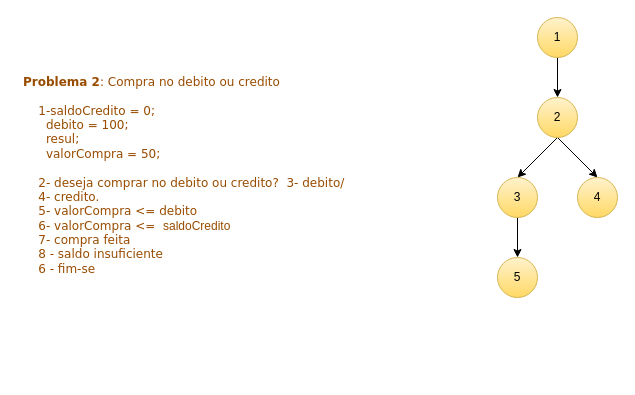
Above: Grafo de fluxo 2.drawio in JudilenaGalvao/Prova2_GQS_Q2 (draw.io), before the change. Source tidied: cells renumbered, new cells numbered last; positions are measured from the earlier drawing's top-left corner, leaving out a move shared by most shapes. Both pictures are drawn from the tidied source at 100%, with x=0, y=0 at pixel (17, 17).
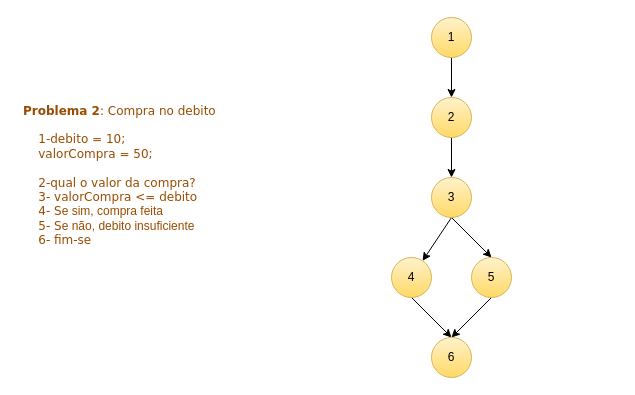
The same diagram, later.

Diff of the diagram source:
```diff
@@
 <mxGraphModel>
   <root>
     <mxCell id="0" />
     <mxCell id="1" parent="0" />
-    <mxCell id="2" value="&lt;font color=&quot;#994c00&quot; face=&quot;Verdana&quot;&gt;&lt;b&gt;Problema 2&lt;/b&gt;: Compra no debito ou credito&lt;br&gt;&lt;br&gt;&lt;span style=&quot;&quot;&gt;&lt;span style=&quot;&quot;&gt;&amp;nbsp;&amp;nbsp;&amp;nbsp;&amp;nbsp;&lt;/span&gt;&lt;/span&gt;1-&lt;/font&gt;&lt;font face=&quot;Verdana&quot; color=&quot;#994c00&quot;&gt;saldoCredito = 0;&lt;/font&gt;&lt;font color=&quot;#994c00&quot; face=&quot;Verdana&quot;&gt;&lt;div&gt;&amp;nbsp;&lt;span style=&quot;&quot;&gt;&lt;span style=&quot;&quot;&gt;&amp;nbsp;&amp;nbsp;&amp;nbsp;&amp;nbsp; &lt;/span&gt;&lt;/span&gt;debito = 100;&lt;/div&gt;&lt;div&gt;&amp;nbsp; &lt;span style=&quot;&quot;&gt;&lt;span style=&quot;&quot;&gt;&amp;nbsp;&amp;nbsp;&amp;nbsp;&amp;nbsp;&lt;/span&gt;&lt;/span&gt;resul;&lt;/div&gt;&lt;div&gt;&amp;nbsp; &lt;span style=&quot;&quot;&gt;&lt;span style=&quot;&quot;&gt;&amp;nbsp;&amp;nbsp;&amp;nbsp;&amp;nbsp;&lt;/span&gt;&lt;/span&gt;valorCompra = 50;&lt;/div&gt;&lt;br&gt;&lt;span style=&quot;&quot;&gt;&lt;span style=&quot;&quot;&gt;&amp;nbsp;&amp;nbsp;&amp;nbsp;&amp;nbsp;&lt;/span&gt;&lt;/span&gt;2- deseja comprar no debito ou credito?&amp;nbsp; 3- debito/ &lt;span style=&quot;&quot;&gt;&lt;span style=&quot;white-space: pre;&quot;&gt;&amp;nbsp;&amp;nbsp;&amp;nbsp;&amp;nbsp;&lt;/span&gt;&lt;/span&gt;4-&amp;nbsp;credito.&lt;br&gt;&lt;span style=&quot;&quot;&gt;&lt;span style=&quot;&quot;&gt;&amp;nbsp; &amp;nbsp; 5&lt;/span&gt;&lt;/span&gt;- valorCompra &amp;lt;= debito&lt;br&gt;&amp;nbsp; &amp;nbsp; 6- valorCompra &amp;lt;=&amp;nbsp;&amp;nbsp;&lt;/font&gt;&lt;font color=&quot;#994c00&quot;&gt;saldoCredito&amp;nbsp;&lt;/font&gt;&lt;font color=&quot;#994c00&quot; face=&quot;Verdana&quot;&gt;&lt;br&gt;&lt;span style=&quot;&quot;&gt;&lt;span style=&quot;&quot;&gt;&amp;nbsp; &amp;nbsp; 7&lt;/span&gt;&lt;/span&gt;- compra feita&lt;br&gt;&amp;nbsp; &amp;nbsp; 8 - saldo insuficiente&lt;br&gt;&amp;nbsp; &amp;nbsp; 6 - fim-se&lt;/font&gt;" style="text;strokeColor=none;fillColor=none;align=left;verticalAlign=middle;spacingLeft=4;spacingRight=4;overflow=hidden;whiteSpace=wrap;html=1;" parent="1" vertex="1">
+    <mxCell id="2" value="&lt;font color=&quot;#994c00&quot; face=&quot;Verdana&quot;&gt;&lt;b&gt;Problema 2&lt;/b&gt;: Compra no debito&lt;br&gt;&lt;br&gt;&lt;span style=&quot;&quot;&gt;&lt;span style=&quot;&quot;&gt;&amp;nbsp;&amp;nbsp;&amp;nbsp;&amp;nbsp;&lt;/span&gt;&lt;/span&gt;1-&lt;/font&gt;&lt;span style=&quot;color: rgb(153, 76, 0); font-family: Verdana; background-color: initial;&quot;&gt;debito = 10;&lt;/span&gt;&lt;span style=&quot;color: rgb(153, 76, 0); font-family: Verdana; background-color: initial;&quot;&gt;&lt;br&gt;&lt;/span&gt;&lt;span style=&quot;color: rgb(153, 76, 0); font-family: Verdana; background-color: initial;&quot;&gt;&lt;span style=&quot;&quot;&gt;&lt;span style=&quot;&quot;&gt;&amp;nbsp;&amp;nbsp;&amp;nbsp;&amp;nbsp;&lt;/span&gt;&lt;/span&gt;valorCompra = 50;&lt;/span&gt;&lt;span style=&quot;color: rgb(153, 76, 0); font-family: Verdana; background-color: initial;&quot;&gt;&lt;br&gt;&lt;/span&gt;&lt;font color=&quot;#994c00&quot; face=&quot;Verdana&quot;&gt;&lt;br&gt;&lt;span style=&quot;&quot;&gt;&lt;span style=&quot;&quot;&gt;&amp;nbsp;&amp;nbsp;&amp;nbsp;&amp;nbsp;&lt;/span&gt;&lt;/span&gt;2-qual o valor da compra?&lt;br&gt;&lt;span style=&quot;&quot;&gt;&lt;span style=&quot;&quot;&gt;&amp;nbsp; &amp;nbsp; 3&lt;/span&gt;&lt;/span&gt;- valorCompra &amp;lt;= debito&lt;br&gt;&amp;nbsp; &amp;nbsp; 4- S&lt;/font&gt;&lt;font color=&quot;#994c00&quot;&gt;e sim, compra feita&lt;/font&gt;&lt;font color=&quot;#994c00&quot; face=&quot;Verdana&quot;&gt;&lt;br&gt;&amp;nbsp; &amp;nbsp; 5&lt;/font&gt;&lt;font style=&quot;border-color: var(--border-color);&quot; color=&quot;#994c00&quot; face=&quot;Verdana&quot;&gt;- S&lt;/font&gt;&lt;font style=&quot;border-color: var(--border-color);&quot; color=&quot;#994c00&quot;&gt;e não,&amp;nbsp;&lt;/font&gt;&lt;font color=&quot;#994c00&quot;&gt;debito insuficiente&lt;font face=&quot;Verdana&quot;&gt;&amp;nbsp; &amp;nbsp; &lt;br&gt;&amp;nbsp; &amp;nbsp; 6- fim-se&lt;/font&gt;&lt;/font&gt;" style="text;strokeColor=none;fillColor=none;align=left;verticalAlign=middle;spacingLeft=4;spacingRight=4;overflow=hidden;whiteSpace=wrap;html=1;" parent="1" vertex="1">
       <mxGeometry y="15" width="350" height="285" as="geometry" />
     </mxCell>
     <mxCell id="3" style="edgeStyle=orthogonalEdgeStyle;rounded=0;jettySize=auto;html=1;exitX=0.5;exitY=1;exitDx=0;exitDy=0;entryX=0.5;entryY=0;entryDx=0;entryDy=0;" parent="1" edge="1" source="4" target="7">
       <mxGeometry relative="1" as="geometry" />
     </mxCell>
     <mxCell id="4" value="1" style="ellipse;whiteSpace=wrap;html=1;fillColor=#fff2cc;strokeColor=#d6b656;gradientColor=#ffd966;" parent="1" vertex="1">
-      <mxGeometry x="520" width="40" height="40" as="geometry" />
+      <mxGeometry x="414" width="40" height="40" as="geometry" />
     </mxCell>
     <mxCell id="5" style="rounded=0;jettySize=auto;html=1;exitX=0.5;exitY=1;exitDx=0;exitDy=0;entryX=0.5;entryY=0;entryDx=0;entryDy=0;" parent="1" edge="1" source="7" target="10">
       <mxGeometry relative="1" as="geometry" />
     </mxCell>
-    <mxCell id="6" style="edgeStyle=none;shape=connector;rounded=0;jettySize=auto;html=1;exitX=0.5;exitY=1;exitDx=0;exitDy=0;entryX=0.5;entryY=0;entryDx=0;entryDy=0;labelBackgroundColor=default;strokeColor=default;fontFamily=Helvetica;fontSize=11;fontColor=default;endArrow=classic;" parent="1" edge="1" source="7" target="8">
-      <mxGeometry relative="1" as="geometry" />
-    </mxCell>
     <mxCell id="7" value="2" style="ellipse;whiteSpace=wrap;html=1;fillColor=#fff2cc;strokeColor=#d6b656;gradientColor=#ffd966;" parent="1" vertex="1">
-      <mxGeometry x="520" y="80" width="40" height="40" as="geometry" />
+      <mxGeometry x="414" y="80" width="40" height="40" as="geometry" />
     </mxCell>
+    <mxCell id="12" style="edgeStyle=none;shape=connector;rounded=0;jettySize=auto;html=1;exitX=0.5;exitY=1;exitDx=0;exitDy=0;labelBackgroundColor=default;strokeColor=default;fontFamily=Helvetica;fontSize=11;fontColor=default;endArrow=classic;entryX=0.5;entryY=0;entryDx=0;entryDy=0;" parent="1" edge="1" source="8" target="15">
+      <mxGeometry relative="1" as="geometry" />
+    </mxCell>
-    <mxCell id="8" value="4" style="ellipse;whiteSpace=wrap;html=1;fillColor=#fff2cc;strokeColor=#d6b656;gradientColor=#ffd966;" parent="1" vertex="1">
-      <mxGeometry x="560" y="160" width="40" height="40" as="geometry" />
+    <mxCell id="8" value="5" style="ellipse;whiteSpace=wrap;html=1;fillColor=#fff2cc;strokeColor=#d6b656;gradientColor=#ffd966;" parent="1" vertex="1">
+      <mxGeometry x="454" y="240" width="40" height="40" as="geometry" />
     </mxCell>
     <mxCell id="9" style="edgeStyle=none;shape=connector;rounded=0;jettySize=auto;html=1;exitX=0.5;exitY=1;exitDx=0;exitDy=0;labelBackgroundColor=default;strokeColor=default;fontFamily=Helvetica;fontSize=11;fontColor=default;endArrow=classic;" parent="1" edge="1" source="10" target="11">
       <mxGeometry relative="1" as="geometry" />
     </mxCell>
+    <mxCell id="13" style="edgeStyle=none;shape=connector;rounded=0;jettySize=auto;html=1;exitX=0.5;exitY=1;exitDx=0;exitDy=0;entryX=0.5;entryY=0;entryDx=0;entryDy=0;labelBackgroundColor=default;strokeColor=default;fontFamily=Helvetica;fontSize=11;fontColor=default;endArrow=classic;" parent="1" edge="1" source="10" target="8">
+      <mxGeometry relative="1" as="geometry" />
+    </mxCell>
     <mxCell id="10" value="3" style="ellipse;whiteSpace=wrap;html=1;fillColor=#fff2cc;strokeColor=#d6b656;gradientColor=#ffd966;" parent="1" vertex="1">
-      <mxGeometry x="480" y="160" width="40" height="40" as="geometry" />
+      <mxGeometry x="414" y="160" width="40" height="40" as="geometry" />
     </mxCell>
+    <mxCell id="14" style="edgeStyle=none;shape=connector;rounded=0;jettySize=auto;html=1;exitX=0.5;exitY=1;exitDx=0;exitDy=0;entryX=0.5;entryY=0;entryDx=0;entryDy=0;labelBackgroundColor=default;strokeColor=default;fontFamily=Helvetica;fontSize=11;fontColor=default;endArrow=classic;" parent="1" edge="1" source="11" target="15">
+      <mxGeometry relative="1" as="geometry" />
+    </mxCell>
-    <mxCell id="11" value="5" style="ellipse;whiteSpace=wrap;html=1;fillColor=#fff2cc;strokeColor=#d6b656;gradientColor=#ffd966;" parent="1" vertex="1">
-      <mxGeometry x="480" y="240" width="40" height="40" as="geometry" />
+    <mxCell id="11" value="4" style="ellipse;whiteSpace=wrap;html=1;fillColor=#fff2cc;strokeColor=#d6b656;gradientColor=#ffd966;" parent="1" vertex="1">
+      <mxGeometry x="374" y="240" width="40" height="40" as="geometry" />
     </mxCell>
+    <mxCell id="15" value="6" style="ellipse;whiteSpace=wrap;html=1;fillColor=#fff2cc;strokeColor=#d6b656;gradientColor=#ffd966;" parent="1" vertex="1">
+      <mxGeometry x="414" y="320" width="40" height="40" as="geometry" />
+    </mxCell>
   </root>
 </mxGraphModel>
```
